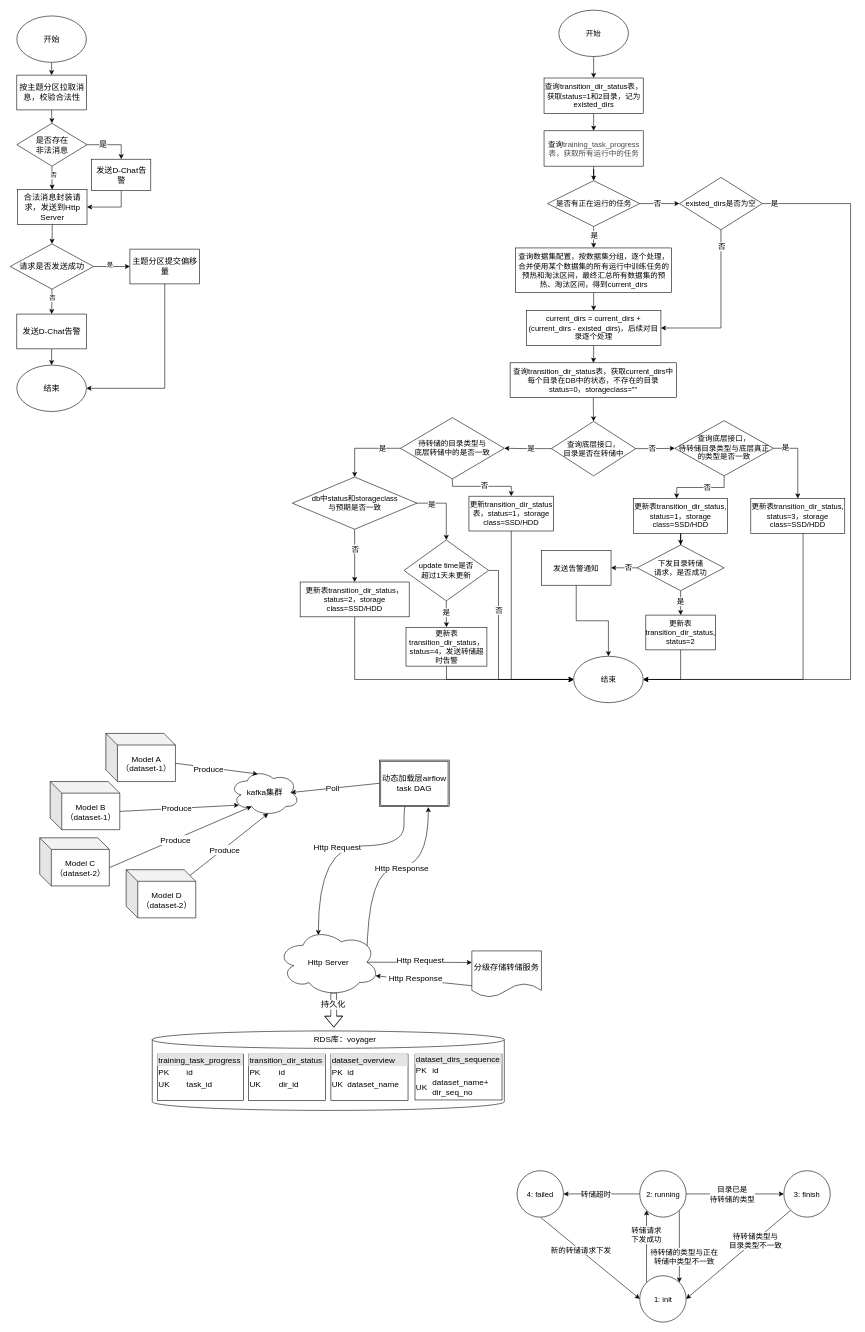
Above: page "二期" (2 of 2) of dynamic_load.drawio in ydh12356890/DiDiDraw (draw.io), before the change. Source tidied: cells renumbered, new cells numbered last; positions are measured from the earlier drawing's top-left corner, leaving out a move shared by most shapes. Both pictures are drawn from the tidied source at 58%, with x=0, y=0 at pixel (10, 10).
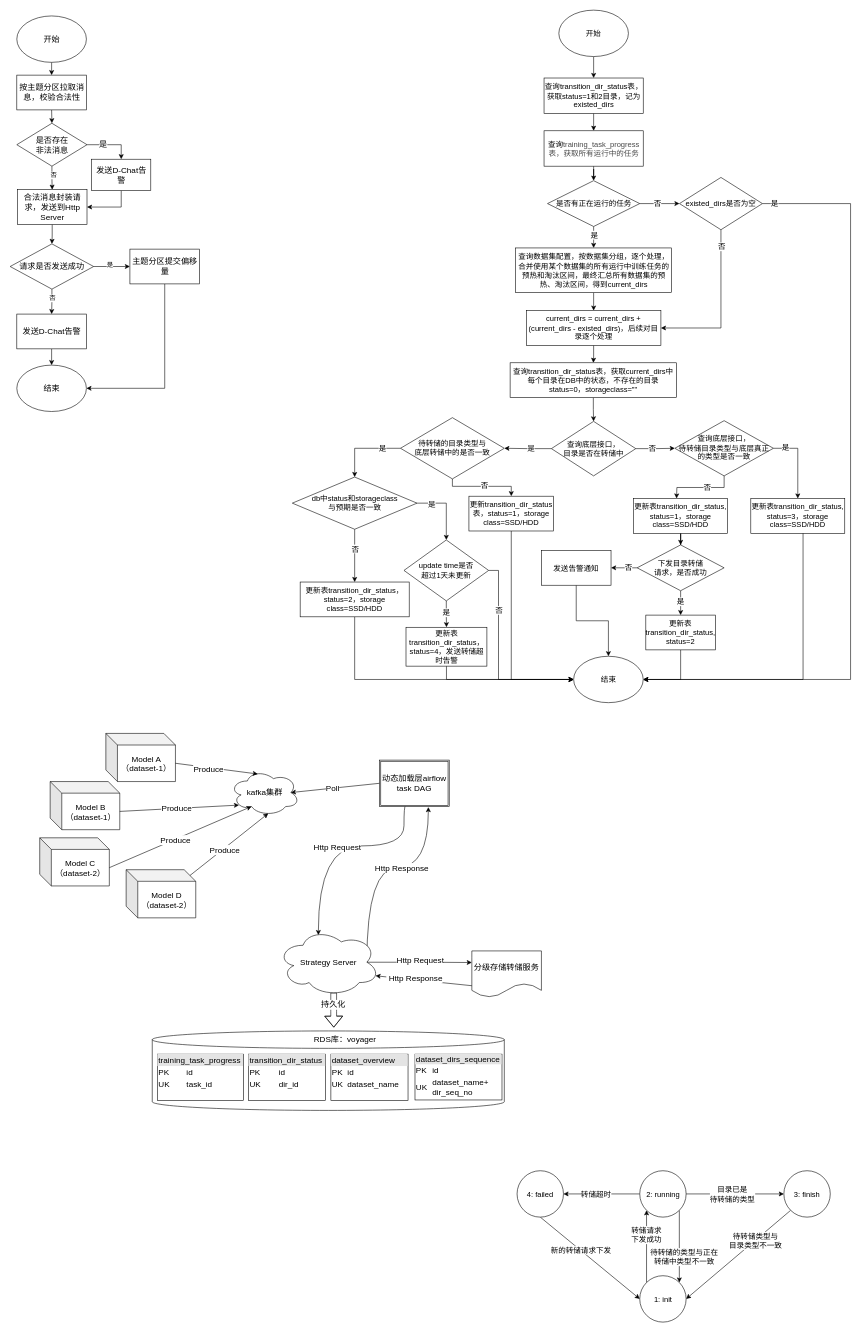
After the change.

Change to the diagram source:
```diff
@@
-    <mxCell id="118" value="Http Server" style="ellipse;shape=cloud;whiteSpace=wrap;html=1;fontSize=14;fontFamily=Helvetica;" parent="1" vertex="1">
+    <mxCell id="118" value="Strategy Server" style="ellipse;shape=cloud;whiteSpace=wrap;html=1;fontSize=14;fontFamily=Helvetica;" parent="1" vertex="1">
       <mxGeometry x="461" y="1583" width="176" height="117" as="geometry" />
     </mxCell>
```
